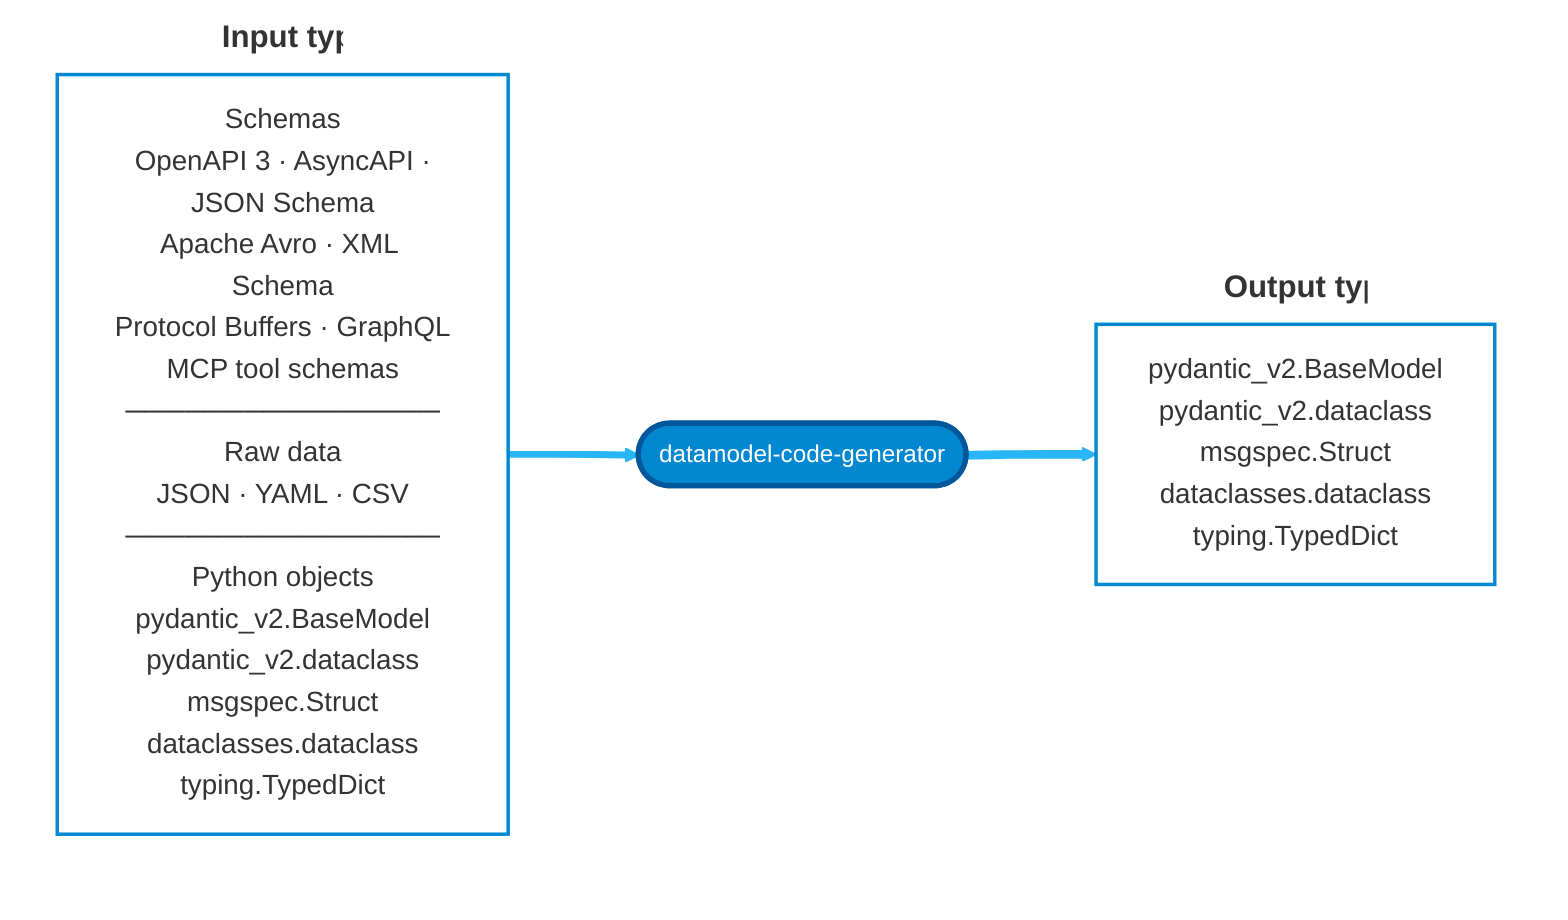
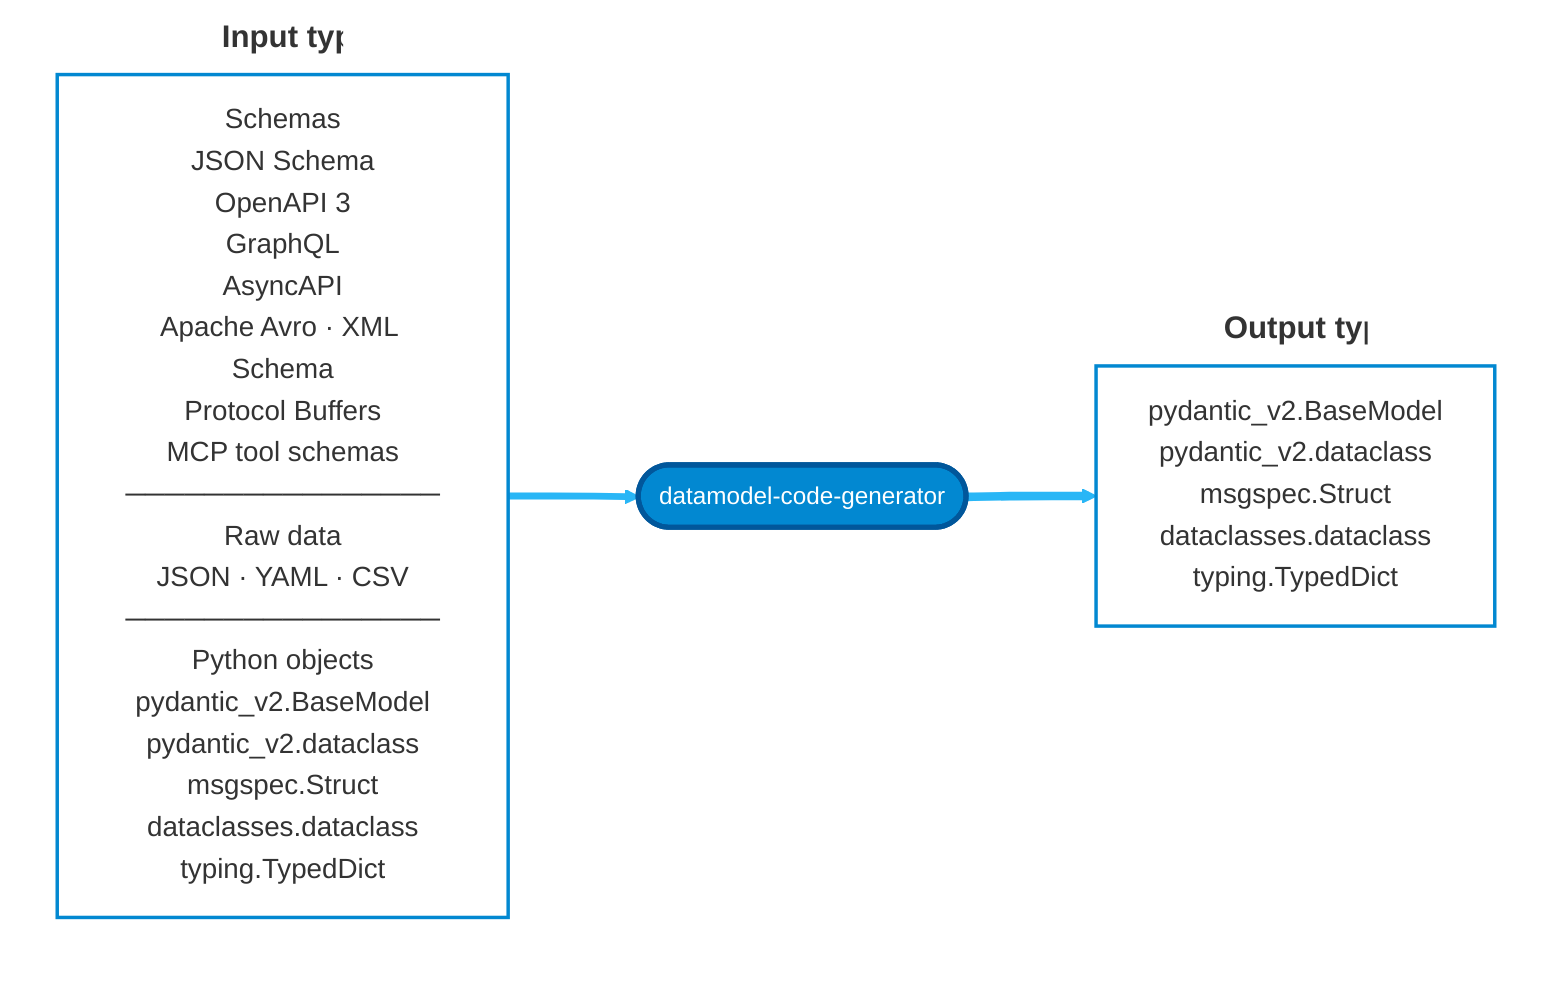
flowchart LR
    subgraph LEFT["Input type"]
-         INPUT["Schemas<br/>OpenAPI 3 · AsyncAPI ·<br/>JSON Schema<br/>Apache Avro · XML Schema<br/>Protocol Buffers · GraphQL<br/>MCP tool schemas<br/>────────────────<br/>Raw data<br/>JSON · YAML · CSV<br/>────────────────<br/>Python objects<br/>pydantic_v2.BaseModel<br/>pydantic_v2.dataclass<br/>msgspec.Struct<br/>dataclasses.dataclass<br/>typing.TypedDict"]
+         INPUT["Schemas<br/>JSON Schema<br/>OpenAPI 3<br/>GraphQL<br/>AsyncAPI<br/>Apache Avro · XML Schema<br/>Protocol Buffers<br/>MCP tool schemas<br/>────────────────<br/>Raw data<br/>JSON · YAML · CSV<br/>────────────────<br/>Python objects<br/>pydantic_v2.BaseModel<br/>pydantic_v2.dataclass<br/>msgspec.Struct<br/>dataclasses.dataclass<br/>typing.TypedDict"]
    end

    CONVERTER(["datamodel-code-generator"])

    subgraph RIGHT["Output type"]
        OUTPUT["pydantic_v2.BaseModel<br/>pydantic_v2.dataclass<br/>msgspec.Struct<br/>dataclasses.dataclass<br/>typing.TypedDict"]
    end

    INPUT --> CONVERTER
    CONVERTER --> OUTPUT

    classDef input fill:transparent,stroke:#0288d1,stroke-width:2px,font-size:16px
    classDef output fill:transparent,stroke:#0288d1,stroke-width:2px,font-size:16px
    classDef hub fill:#0288d1,stroke:#01579b,stroke-width:3px,color:#ffffff,font-size:14px

    class INPUT input
    class OUTPUT output
    class CONVERTER hub

    style LEFT fill:transparent,stroke:transparent,font-size:18px,font-weight:bold
    style RIGHT fill:transparent,stroke:transparent,font-size:18px,font-weight:bold

    linkStyle 0 stroke:#29b6f6,stroke-width:4px
    linkStyle 1 stroke:#29b6f6,stroke-width:5px
